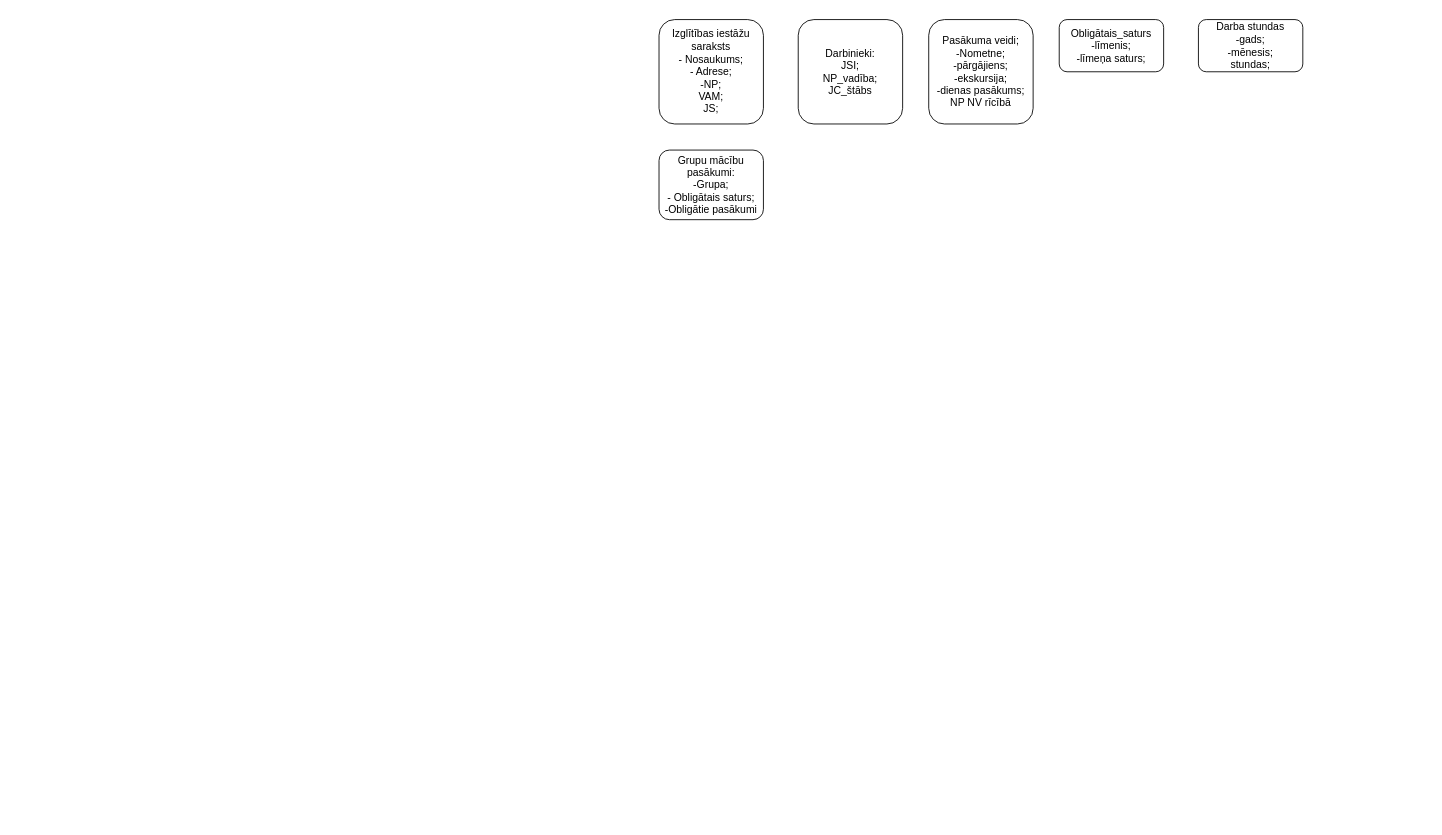
Before: Darba_uzdevumu_parvaldes_riks.drawio in EriksK82/Studiju_prakse, a draw.io diagram. Source tidied: cells renumbered, new cells numbered last; positions are measured from the earlier drawing's top-left corner, leaving out a move shared by most shapes. Both pictures are drawn from the tidied source at 87%, with x=0, y=0 at pixel (659, 19).
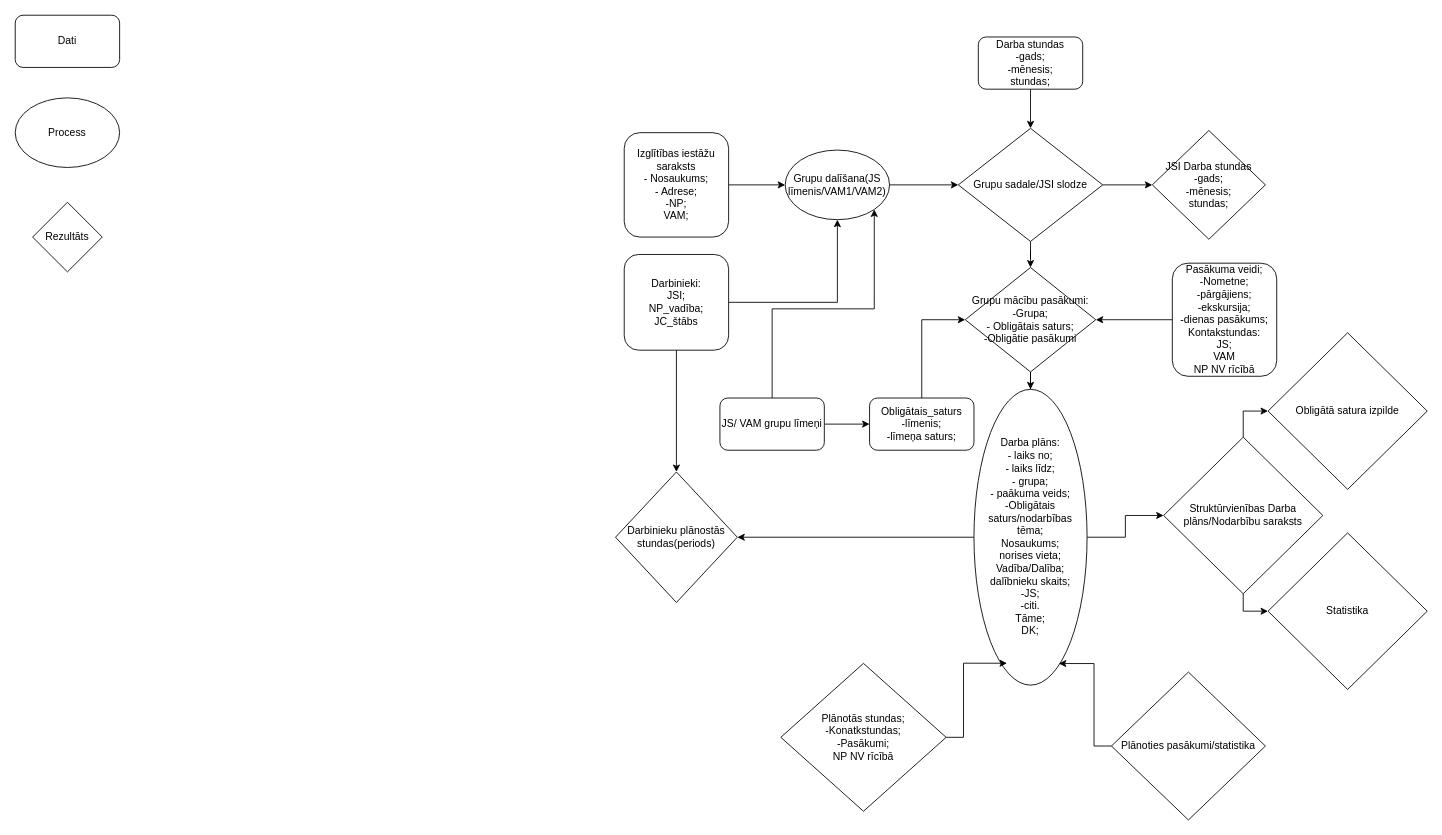
After the change.

Change to the diagram source:
```diff
@@
+    <mxCell id="8" style="edgeStyle=orthogonalEdgeStyle;rounded=0;jettySize=auto;html=1;" parent="1" edge="1" source="2" target="15">
+      <mxGeometry relative="1" as="geometry" />
+    </mxCell>
-    <mxCell id="2" value="&lt;div&gt;Izglītības iestāžu saraksts&lt;/div&gt;&lt;div&gt;- Nosaukums;&lt;/div&gt;&lt;div&gt;- Adrese;&lt;/div&gt;&lt;div&gt;-NP;&lt;/div&gt;&lt;div&gt;VAM;&lt;/div&gt;&lt;div&gt;JS;&lt;br&gt;&lt;/div&gt;" style="rounded=1;whiteSpace=wrap;html=1;fontSize=12;glass=0;strokeWidth=1;shadow=0;" parent="1" vertex="1">
-      <mxGeometry width="120" height="120" as="geometry" />
+    <mxCell id="2" value="&lt;div&gt;Izglītības iestāžu saraksts&lt;/div&gt;&lt;div&gt;- Nosaukums;&lt;/div&gt;&lt;div&gt;- Adrese;&lt;/div&gt;&lt;div&gt;-NP;&lt;/div&gt;&lt;div&gt;VAM;&lt;/div&gt;" style="rounded=1;whiteSpace=wrap;html=1;fontSize=12;glass=0;strokeWidth=1;shadow=0;" parent="1" vertex="1">
+      <mxGeometry x="-40" y="130" width="120" height="120" as="geometry" />
     </mxCell>
+    <mxCell id="9" style="edgeStyle=orthogonalEdgeStyle;rounded=0;jettySize=auto;html=1;entryX=0.5;entryY=1;entryDx=0;entryDy=0;" parent="1" edge="1" source="3" target="15">
+      <mxGeometry relative="1" as="geometry" />
+    </mxCell>
+    <mxCell id="10" style="edgeStyle=orthogonalEdgeStyle;rounded=0;jettySize=auto;html=1;" parent="1" edge="1" source="3" target="28">
+      <mxGeometry relative="1" as="geometry" />
+    </mxCell>
     <mxCell id="3" value="&lt;div&gt;Darbinieki:&lt;/div&gt;&lt;div&gt;JSI;&lt;/div&gt;&lt;div&gt;NP_vadība;&lt;/div&gt;&lt;div&gt;JC_štābs&lt;br&gt;&lt;/div&gt;" style="rounded=1;whiteSpace=wrap;html=1;fontSize=12;glass=0;strokeWidth=1;shadow=0;" parent="1" vertex="1">
-      <mxGeometry x="160" width="120" height="120" as="geometry" />
+      <mxGeometry x="-40" y="270" width="120" height="110" as="geometry" />
     </mxCell>
+    <mxCell id="11" style="edgeStyle=orthogonalEdgeStyle;rounded=0;jettySize=auto;html=1;entryX=1;entryY=0.5;entryDx=0;entryDy=0;" parent="1" edge="1" source="4" target="7">
+      <mxGeometry relative="1" as="geometry" />
+    </mxCell>
-    <mxCell id="4" value="&lt;div&gt;Pasākuma veidi;&lt;/div&gt;&lt;div&gt;-Nometne;&lt;/div&gt;&lt;div&gt;-pārgājiens;&lt;/div&gt;&lt;div&gt;-ekskursija;&lt;/div&gt;&lt;div&gt;-dienas pasākums;&lt;/div&gt;&lt;div&gt;NP NV rīcībā&lt;br&gt;&lt;/div&gt;" style="rounded=1;whiteSpace=wrap;html=1;" parent="1" vertex="1">
-      <mxGeometry x="310" width="120" height="120" as="geometry" />
+    <mxCell id="4" value="&lt;div&gt;Pasākuma veidi;&lt;/div&gt;&lt;div&gt;-Nometne;&lt;/div&gt;&lt;div&gt;-pārgājiens;&lt;/div&gt;&lt;div&gt;-ekskursija;&lt;/div&gt;&lt;div&gt;-dienas pasākums;&lt;/div&gt;&lt;div&gt;Kontakstundas:&lt;/div&gt;&lt;div&gt;JS;&lt;/div&gt;&lt;div&gt;VAM&lt;br&gt;&lt;/div&gt;&lt;div&gt;NP NV rīcībā&lt;br&gt;&lt;/div&gt;" style="rounded=1;whiteSpace=wrap;html=1;" parent="1" vertex="1">
+      <mxGeometry x="590" y="280" width="120" height="130" as="geometry" />
     </mxCell>
+    <mxCell id="12" style="edgeStyle=orthogonalEdgeStyle;rounded=0;jettySize=auto;html=1;entryX=0;entryY=0.5;entryDx=0;entryDy=0;" parent="1" edge="1" source="5" target="7">
+      <mxGeometry relative="1" as="geometry" />
+    </mxCell>
     <mxCell id="5" value="&lt;div&gt;Obligātais_saturs&lt;/div&gt;&lt;div&gt;-līmenis;&lt;/div&gt;&lt;div&gt;-līmeņa saturs;&lt;br&gt;&lt;/div&gt;" style="rounded=1;whiteSpace=wrap;html=1;" parent="1" vertex="1">
-      <mxGeometry x="460" width="120" height="60" as="geometry" />
+      <mxGeometry x="242" y="435" width="120" height="60" as="geometry" />
     </mxCell>
+    <mxCell id="13" style="edgeStyle=orthogonalEdgeStyle;rounded=0;jettySize=auto;html=1;" parent="1" edge="1" source="6" target="18">
+      <mxGeometry relative="1" as="geometry" />
+    </mxCell>
     <mxCell id="6" value="&lt;div&gt;Darba stundas&lt;/div&gt;&lt;div&gt;-gads;&lt;/div&gt;&lt;div&gt;-mēnesis;&lt;/div&gt;&lt;div&gt;stundas;&lt;br&gt;&lt;/div&gt;" style="rounded=1;whiteSpace=wrap;html=1;" parent="1" vertex="1">
-      <mxGeometry x="620" width="120" height="60" as="geometry" />
+      <mxGeometry x="367" y="20" width="120" height="60" as="geometry" />
     </mxCell>
+    <mxCell id="14" style="edgeStyle=orthogonalEdgeStyle;rounded=0;jettySize=auto;html=1;entryX=0;entryY=0.5;entryDx=0;entryDy=0;" parent="1" edge="1" source="15" target="18">
+      <mxGeometry relative="1" as="geometry" />
+    </mxCell>
+    <mxCell id="15" value="Grupu dalīšana(JS līmenis/VAM1/VAM2)" style="ellipse;whiteSpace=wrap;html=1;" parent="1" vertex="1">
+      <mxGeometry x="145" y="150" width="120" height="80" as="geometry" />
+    </mxCell>
+    <mxCell id="16" style="edgeStyle=orthogonalEdgeStyle;rounded=0;jettySize=auto;html=1;entryX=0.5;entryY=0;entryDx=0;entryDy=0;" parent="1" edge="1" source="7" target="27">
+      <mxGeometry relative="1" as="geometry" />
+    </mxCell>
+    <mxCell id="17" style="edgeStyle=orthogonalEdgeStyle;rounded=0;jettySize=auto;html=1;" parent="1" edge="1" source="18" target="38">
+      <mxGeometry relative="1" as="geometry" />
+    </mxCell>
+    <mxCell id="18" value="Grupu sadale/JSI slodze" style="rhombus;whiteSpace=wrap;html=1;" parent="1" vertex="1">
+      <mxGeometry x="344" y="125" width="166" height="130" as="geometry" />
+    </mxCell>
+    <mxCell id="19" value="Dati" style="rounded=1;whiteSpace=wrap;html=1;" parent="1" vertex="1">
+      <mxGeometry x="-740" y="-5" width="120" height="60" as="geometry" />
+    </mxCell>
+    <mxCell id="20" value="Rezultāts" style="rhombus;whiteSpace=wrap;html=1;" parent="1" vertex="1">
+      <mxGeometry x="-720" y="210" width="80" height="80" as="geometry" />
+    </mxCell>
+    <mxCell id="21" value="Process" style="ellipse;whiteSpace=wrap;html=1;" parent="1" vertex="1">
+      <mxGeometry x="-740" y="90" width="120" height="80" as="geometry" />
+    </mxCell>
+    <mxCell id="22" style="edgeStyle=orthogonalEdgeStyle;rounded=0;jettySize=auto;html=1;" parent="1" edge="1" source="24" target="5">
+      <mxGeometry relative="1" as="geometry" />
+    </mxCell>
+    <mxCell id="23" style="edgeStyle=orthogonalEdgeStyle;rounded=0;jettySize=auto;html=1;entryX=1;entryY=1;entryDx=0;entryDy=0;" parent="1" edge="1" source="24" target="15">
+      <mxGeometry relative="1" as="geometry" />
+    </mxCell>
+    <mxCell id="24" value="JS/ VAM grupu līmeņi" style="rounded=1;whiteSpace=wrap;html=1;" parent="1" vertex="1">
+      <mxGeometry x="70" y="435" width="120" height="60" as="geometry" />
+    </mxCell>
+    <mxCell id="25" style="edgeStyle=orthogonalEdgeStyle;rounded=0;jettySize=auto;html=1;" parent="1" edge="1" source="27" target="28">
+      <mxGeometry relative="1" as="geometry" />
+    </mxCell>
+    <mxCell id="26" style="edgeStyle=orthogonalEdgeStyle;rounded=0;jettySize=auto;html=1;" parent="1" edge="1" source="27" target="31">
+      <mxGeometry relative="1" as="geometry" />
+    </mxCell>
+    <mxCell id="27" value="&lt;div&gt;Darba plāns:&lt;/div&gt;&lt;div&gt;- laiks no;&lt;/div&gt;&lt;div&gt;- laiks līdz;&lt;/div&gt;&lt;div&gt;- grupa;&lt;/div&gt;&lt;div&gt;- paākuma veids;&lt;/div&gt;&lt;div&gt;-Obligātais saturs/nodarbības tēma;&lt;/div&gt;&lt;div&gt;Nosaukums;&lt;/div&gt;&lt;div&gt;norises vieta;&lt;/div&gt;&lt;div&gt;Vadība/Dalība;&lt;/div&gt;&lt;div&gt;dalībnieku skaits;&lt;/div&gt;&lt;div&gt;-JS;&lt;/div&gt;&lt;div&gt;-citi.&lt;/div&gt;&lt;div&gt;Tāme;&lt;/div&gt;DK;" style="ellipse;whiteSpace=wrap;html=1;" parent="1" vertex="1">
+      <mxGeometry x="362" y="425" width="130" height="340" as="geometry" />
+    </mxCell>
+    <mxCell id="28" value="Darbinieku plānostās stundas(periods)" style="rhombus;whiteSpace=wrap;html=1;" parent="1" vertex="1">
+      <mxGeometry x="-50" y="520" width="140" height="150" as="geometry" />
+    </mxCell>
+    <mxCell id="29" style="edgeStyle=orthogonalEdgeStyle;rounded=0;jettySize=auto;html=1;entryX=0;entryY=0.5;entryDx=0;entryDy=0;" parent="1" edge="1" source="31" target="37">
+      <mxGeometry relative="1" as="geometry" />
+    </mxCell>
+    <mxCell id="30" style="edgeStyle=orthogonalEdgeStyle;rounded=0;jettySize=auto;html=1;entryX=0;entryY=0.5;entryDx=0;entryDy=0;" parent="1" edge="1" source="31" target="39">
+      <mxGeometry relative="1" as="geometry" />
+    </mxCell>
+    <mxCell id="31" value="Struktūrvienības Darba plāns/Nodarbību saraksts" style="rhombus;whiteSpace=wrap;html=1;" parent="1" vertex="1">
+      <mxGeometry x="580" y="480" width="183" height="180" as="geometry" />
+    </mxCell>
+    <mxCell id="32" value="&lt;div&gt;Plānotās stundas;&lt;/div&gt;&lt;div&gt;-Konatkstundas;&lt;/div&gt;&lt;div&gt;-Pasākumi;&lt;/div&gt;&lt;div&gt;NP NV rīcībā&lt;br&gt;&lt;/div&gt;" style="rhombus;whiteSpace=wrap;html=1;" parent="1" vertex="1">
+      <mxGeometry x="140" y="740" width="190" height="170" as="geometry" />
+    </mxCell>
+    <mxCell id="33" style="edgeStyle=orthogonalEdgeStyle;rounded=0;jettySize=auto;html=1;entryX=0.5;entryY=0;entryDx=0;entryDy=0;" parent="1" edge="1" source="18" target="7">
+      <mxGeometry relative="1" as="geometry" />
+    </mxCell>
-    <mxCell id="7" value="&lt;div&gt;Grupu mācību pasākumi:&lt;/div&gt;&lt;div&gt;-Grupa;&lt;/div&gt;&lt;div&gt;- Obligātais saturs;&lt;/div&gt;&lt;div&gt;-Obligātie pasākumi&lt;br&gt;&lt;/div&gt;" style="rounded=1;whiteSpace=wrap;html=1;" parent="1" vertex="1">
-      <mxGeometry y="150" width="120" height="80" as="geometry" />
+    <mxCell id="7" value="&lt;div&gt;Grupu mācību pasākumi:&lt;/div&gt;&lt;div&gt;-Grupa;&lt;/div&gt;&lt;div&gt;- Obligātais saturs;&lt;/div&gt;-Obligātie pasākumi" style="rhombus;whiteSpace=wrap;html=1;" parent="1" vertex="1">
+      <mxGeometry x="352" y="285" width="150" height="120" as="geometry" />
     </mxCell>
+    <mxCell id="34" style="edgeStyle=orthogonalEdgeStyle;rounded=0;jettySize=auto;html=1;entryX=0.292;entryY=0.926;entryDx=0;entryDy=0;entryPerimeter=0;" parent="1" edge="1" source="32" target="27">
+      <mxGeometry relative="1" as="geometry" />
+    </mxCell>
+    <mxCell id="35" value="Plānoties pasākumi/statistika" style="rhombus;whiteSpace=wrap;html=1;" parent="1" vertex="1">
+      <mxGeometry x="520" y="750" width="177" height="170" as="geometry" />
+    </mxCell>
+    <mxCell id="36" style="edgeStyle=orthogonalEdgeStyle;rounded=0;jettySize=auto;html=1;entryX=0.751;entryY=0.927;entryDx=0;entryDy=0;entryPerimeter=0;" parent="1" edge="1" source="35" target="27">
+      <mxGeometry relative="1" as="geometry" />
+    </mxCell>
+    <mxCell id="37" value="Statistika" style="rhombus;whiteSpace=wrap;html=1;" parent="1" vertex="1">
+      <mxGeometry x="700" y="590" width="183" height="180" as="geometry" />
+    </mxCell>
+    <mxCell id="38" value="&lt;div&gt;JSI Darba stundas&lt;/div&gt;&lt;div&gt;-gads;&lt;/div&gt;&lt;div&gt;-mēnesis;&lt;/div&gt;&lt;div&gt;stundas;&lt;br&gt;&lt;/div&gt;" style="rhombus;whiteSpace=wrap;html=1;" parent="1" vertex="1">
+      <mxGeometry x="567" y="127.5" width="130" height="125" as="geometry" />
+    </mxCell>
+    <mxCell id="39" value="Obligātā satura izpilde" style="rhombus;whiteSpace=wrap;html=1;" parent="1" vertex="1">
+      <mxGeometry x="700" y="360" width="183" height="180" as="geometry" />
+    </mxCell>
```
